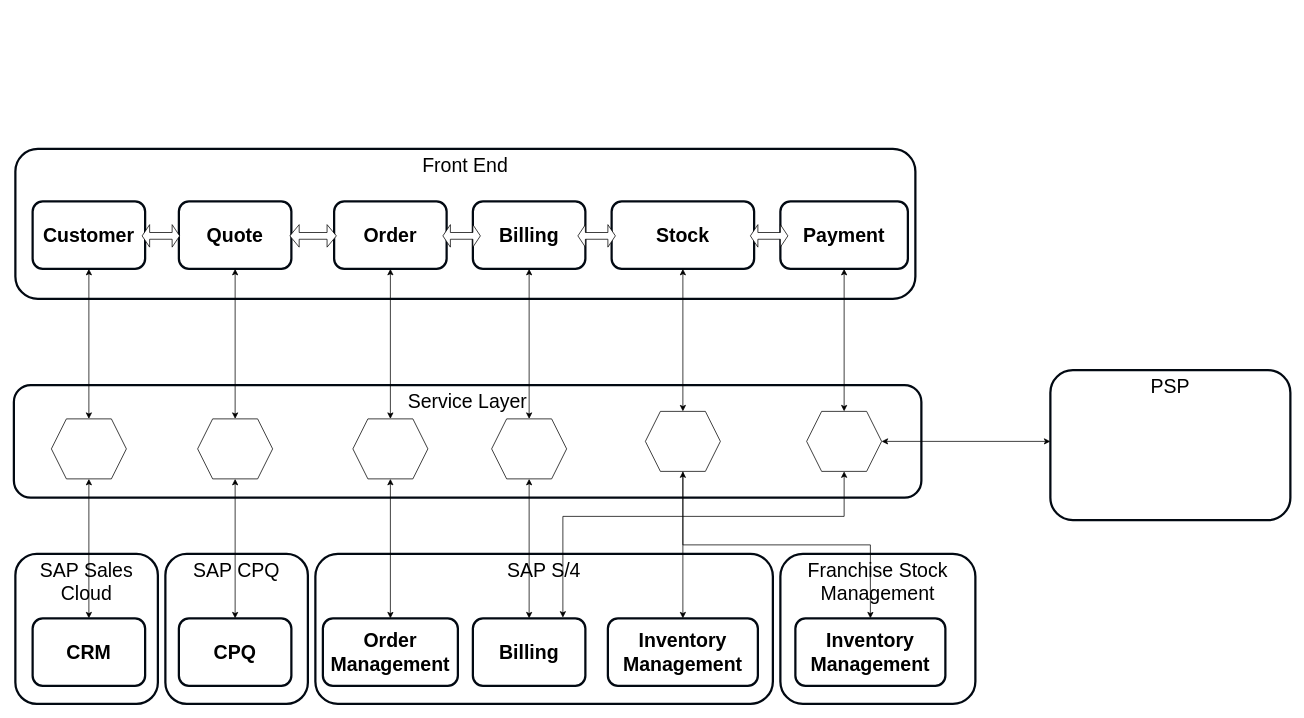
Above: page "Sales Cloud" (16 of 16) of Sales Frontend Strategy.drawio in mrf742002/Diagrams (draw.io), before the change. Source tidied: cells renumbered, new cells numbered last; positions are measured from the earlier drawing's top-left corner, leaving out a move shared by most shapes. Both pictures are drawn from the tidied source at 75%, with x=0, y=0 at pixel (14, 148).
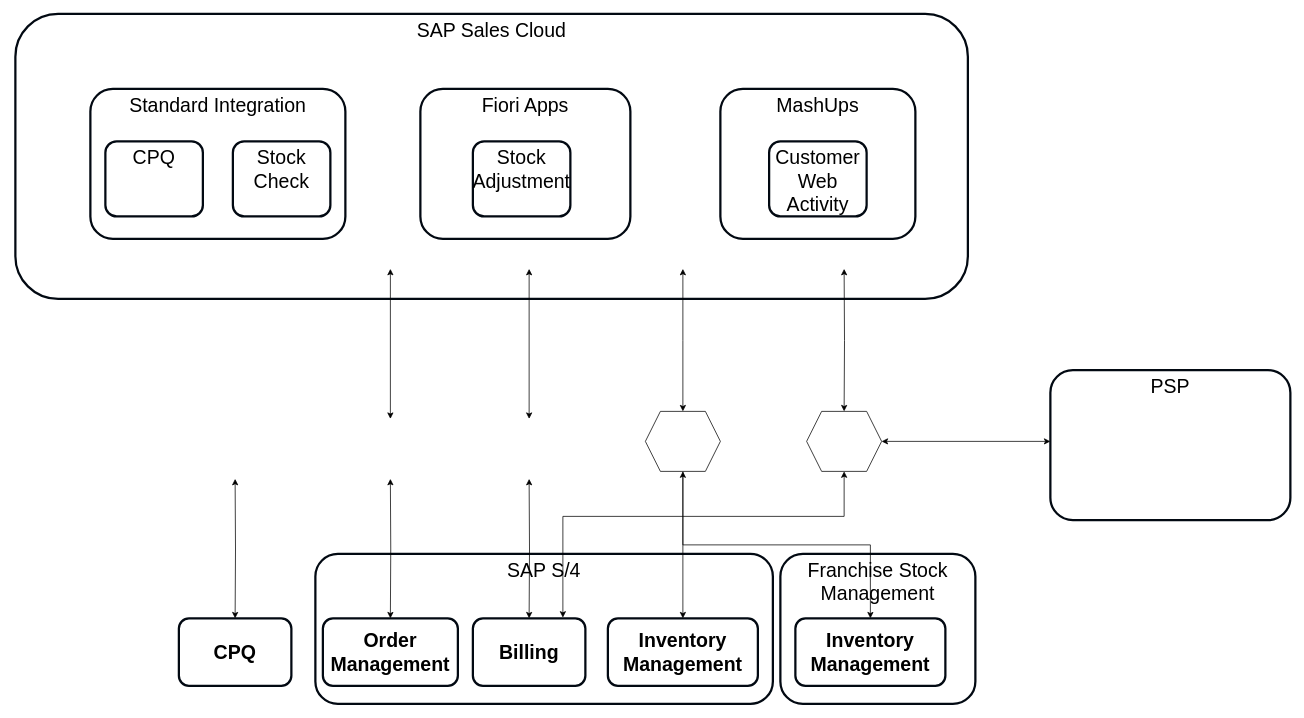
The same diagram, later.

The change refers to these unchanged cells:
```xml
<mxCell id="7" value="&lt;b style=&quot;font-size: 26px&quot;&gt;CPQ&lt;br style=&quot;font-size: 26px&quot;&gt;&lt;/b&gt;" style="rounded=1;whiteSpace=wrap;html=1;verticalAlign=middle;strokeWidth=3;strokeColor=#020912;fontSize=26;" parent="1" vertex="1">
  <mxGeometry x="220" y="626" width="150" height="90" as="geometry" />
</mxCell>
<mxCell id="8" value="&lt;b style=&quot;font-size: 26px&quot;&gt;Billing&lt;br style=&quot;font-size: 26px&quot;&gt;&lt;/b&gt;" style="rounded=1;whiteSpace=wrap;html=1;verticalAlign=middle;strokeWidth=3;strokeColor=#020912;fontSize=26;" parent="1" vertex="1">
  <mxGeometry x="612" y="626" width="150" height="90" as="geometry" />
</mxCell>
<mxCell id="12" value="&lt;b style=&quot;font-size: 26px&quot;&gt;Order Management&lt;br style=&quot;font-size: 26px&quot;&gt;&lt;/b&gt;" style="rounded=1;whiteSpace=wrap;html=1;verticalAlign=middle;strokeWidth=3;strokeColor=#020912;fontSize=26;" parent="1" vertex="1">
  <mxGeometry x="412" y="626" width="180" height="90" as="geometry" />
</mxCell>
<mxCell id="35" style="shape=hexagon;perimeter=hexagonPerimeter2;whiteSpace=wrap;html=1;fixedSize=1;" parent="1" vertex="1">
  <mxGeometry x="842" y="350" width="100" height="80" as="geometry" />
</mxCell>
<mxCell id="38" style="shape=hexagon;perimeter=hexagonPerimeter2;whiteSpace=wrap;html=1;fixedSize=1;" parent="1" vertex="1">
  <mxGeometry x="1057" y="350" width="100" height="80" as="geometry" />
</mxCell>
```

Change to the diagram source:
```diff
@@
+    <mxCell id="13" value="SAP Sales Cloud" style="rounded=1;whiteSpace=wrap;html=1;verticalAlign=top;strokeWidth=3;strokeColor=#020912;fontSize=26;" parent="1" vertex="1">
+      <mxGeometry x="2" y="-180" width="1270" height="380" as="geometry" />
+    </mxCell>
@@
-    <mxCell id="3" value="Service Layer" style="rounded=1;whiteSpace=wrap;html=1;verticalAlign=top;strokeWidth=3;strokeColor=#020912;fontSize=26;" parent="1" vertex="1">
-      <mxGeometry y="315" width="1210" height="150" as="geometry" />
-    </mxCell>
@@
-    <mxCell id="5" value="SAP CPQ" style="rounded=1;whiteSpace=wrap;html=1;verticalAlign=top;strokeWidth=3;strokeColor=#020912;fontSize=26;" parent="1" vertex="1">
-      <mxGeometry x="202" y="540" width="190" height="200" as="geometry" />
-    </mxCell>
-    <mxCell id="6" value="SAP Sales Cloud" style="rounded=1;whiteSpace=wrap;html=1;verticalAlign=top;strokeWidth=3;strokeColor=#020912;fontSize=26;" parent="1" vertex="1">
-      <mxGeometry x="2" y="540" width="190" height="200" as="geometry" />
-    </mxCell>
@@
-    <mxCell id="10" style="edgeStyle=orthogonalEdgeStyle;rounded=0;jettySize=auto;html=1;exitX=0.5;exitY=0;exitDx=0;exitDy=0;startArrow=classic;startFill=1;" parent="1" edge="1" source="11" target="22">
-      <mxGeometry relative="1" as="geometry" />
-    </mxCell>
-    <mxCell id="11" value="&lt;b style=&quot;font-size: 26px&quot;&gt;CRM&lt;br style=&quot;font-size: 26px&quot;&gt;&lt;/b&gt;" style="rounded=1;whiteSpace=wrap;html=1;verticalAlign=middle;strokeWidth=3;strokeColor=#020912;fontSize=26;" parent="1" vertex="1">
-      <mxGeometry x="25" y="626" width="150" height="90" as="geometry" />
-    </mxCell>
@@
-    <mxCell id="13" value="Front End" style="rounded=1;whiteSpace=wrap;html=1;verticalAlign=top;strokeWidth=3;strokeColor=#020912;fontSize=26;" parent="1" vertex="1">
-      <mxGeometry x="2" width="1200" height="200" as="geometry" />
-    </mxCell>
-    <mxCell id="14" value="&lt;b style=&quot;font-size: 26px&quot;&gt;Customer&lt;br style=&quot;font-size: 26px&quot;&gt;&lt;/b&gt;" style="rounded=1;whiteSpace=wrap;html=1;verticalAlign=middle;strokeWidth=3;strokeColor=#020912;fontSize=26;" parent="1" vertex="1">
-      <mxGeometry x="25" y="70" width="150" height="90" as="geometry" />
-    </mxCell>
-    <mxCell id="15" value="&lt;b style=&quot;font-size: 26px&quot;&gt;Quote&lt;br style=&quot;font-size: 26px&quot;&gt;&lt;/b&gt;" style="rounded=1;whiteSpace=wrap;html=1;verticalAlign=middle;strokeWidth=3;strokeColor=#020912;fontSize=26;" parent="1" vertex="1">
-      <mxGeometry x="220" y="70" width="150" height="90" as="geometry" />
-    </mxCell>
-    <mxCell id="16" value="&lt;b style=&quot;font-size: 26px&quot;&gt;Order&lt;br style=&quot;font-size: 26px&quot;&gt;&lt;/b&gt;" style="rounded=1;whiteSpace=wrap;html=1;verticalAlign=middle;strokeWidth=3;strokeColor=#020912;fontSize=26;" parent="1" vertex="1">
-      <mxGeometry x="427" y="70" width="150" height="90" as="geometry" />
-    </mxCell>
-    <mxCell id="17" value="&lt;b style=&quot;font-size: 26px&quot;&gt;Billing&lt;br style=&quot;font-size: 26px&quot;&gt;&lt;/b&gt;" style="rounded=1;whiteSpace=wrap;html=1;verticalAlign=middle;strokeWidth=3;strokeColor=#020912;fontSize=26;" parent="1" vertex="1">
-      <mxGeometry x="612" y="70" width="150" height="90" as="geometry" />
-    </mxCell>
-    <mxCell id="18" value="&lt;b style=&quot;font-size: 26px&quot;&gt;Stock&lt;br style=&quot;font-size: 26px&quot;&gt;&lt;/b&gt;" style="rounded=1;whiteSpace=wrap;html=1;verticalAlign=middle;strokeWidth=3;strokeColor=#020912;fontSize=26;" parent="1" vertex="1">
-      <mxGeometry x="797" y="70" width="190" height="90" as="geometry" />
-    </mxCell>
-    <mxCell id="19" style="edgeStyle=orthogonalEdgeStyle;rounded=0;jettySize=auto;html=1;exitX=0.5;exitY=1;exitDx=0;exitDy=0;entryX=0.5;entryY=0;entryDx=0;entryDy=0;startArrow=classic;startFill=1;" parent="1" edge="1" source="20" target="38">
-      <mxGeometry relative="1" as="geometry" />
+    <mxCell id="19" style="edgeStyle=orthogonalEdgeStyle;rounded=0;jettySize=auto;html=1;exitX=0.5;exitY=1;exitDx=0;exitDy=0;entryX=0.5;entryY=0;entryDx=0;entryDy=0;startArrow=classic;startFill=1;" parent="1" edge="1" target="38">
+      <mxGeometry relative="1" as="geometry">
+        <mxPoint x="1107" y="160" as="sourcePoint" />
+      </mxGeometry>
     </mxCell>
-    <mxCell id="20" value="&lt;b style=&quot;font-size: 26px&quot;&gt;Payment&lt;br style=&quot;font-size: 26px&quot;&gt;&lt;/b&gt;" style="rounded=1;whiteSpace=wrap;html=1;verticalAlign=middle;strokeWidth=3;strokeColor=#020912;fontSize=26;" parent="1" vertex="1">
-      <mxGeometry x="1022" y="70" width="170" height="90" as="geometry" />
-    </mxCell>
-    <mxCell id="21" style="edgeStyle=orthogonalEdgeStyle;rounded=0;jettySize=auto;html=1;exitX=0.5;exitY=0;exitDx=0;exitDy=0;startArrow=classic;startFill=1;" parent="1" edge="1" source="22" target="14">
-      <mxGeometry relative="1" as="geometry" />
-    </mxCell>
-    <mxCell id="22" style="shape=hexagon;perimeter=hexagonPerimeter2;whiteSpace=wrap;html=1;fixedSize=1;" parent="1" vertex="1">
-      <mxGeometry x="50" y="360" width="100" height="80" as="geometry" />
-    </mxCell>
-    <mxCell id="23" style="edgeStyle=orthogonalEdgeStyle;rounded=0;jettySize=auto;html=1;exitX=0.5;exitY=0;exitDx=0;exitDy=0;startArrow=classic;startFill=1;" parent="1" edge="1" source="25" target="15">
-      <mxGeometry relative="1" as="geometry" />
-    </mxCell>
-    <mxCell id="24" style="edgeStyle=orthogonalEdgeStyle;rounded=0;jettySize=auto;html=1;exitX=0.5;exitY=1;exitDx=0;exitDy=0;startArrow=classic;startFill=1;" parent="1" edge="1" source="25" target="7">
-      <mxGeometry relative="1" as="geometry" />
+    <mxCell id="24" style="edgeStyle=orthogonalEdgeStyle;rounded=0;jettySize=auto;html=1;exitX=0.5;exitY=1;exitDx=0;exitDy=0;startArrow=classic;startFill=1;" parent="1" edge="1" target="7">
+      <mxGeometry relative="1" as="geometry">
+        <mxPoint x="295" y="440" as="sourcePoint" />
+      </mxGeometry>
     </mxCell>
-    <mxCell id="25" style="shape=hexagon;perimeter=hexagonPerimeter2;whiteSpace=wrap;html=1;fixedSize=1;" parent="1" vertex="1">
-      <mxGeometry x="245" y="360" width="100" height="80" as="geometry" />
-    </mxCell>
-    <mxCell id="26" style="edgeStyle=orthogonalEdgeStyle;rounded=0;jettySize=auto;html=1;exitX=0.5;exitY=0;exitDx=0;exitDy=0;entryX=0.5;entryY=1;entryDx=0;entryDy=0;startArrow=classic;startFill=1;" parent="1" edge="1" source="28" target="16">
-      <mxGeometry relative="1" as="geometry" />
+    <mxCell id="26" style="edgeStyle=orthogonalEdgeStyle;rounded=0;orthogonalLoop=1;jettySize=auto;html=1;exitX=0.5;exitY=0;exitDx=0;exitDy=0;entryX=0.5;entryY=1;entryDx=0;entryDy=0;startArrow=classic;startFill=1;" parent="1" edge="1">
+      <mxGeometry relative="1" as="geometry">
+        <mxPoint x="502" y="360" as="sourcePoint" />
+        <mxPoint x="502" y="160" as="targetPoint" />
+      </mxGeometry>
     </mxCell>
-    <mxCell id="27" style="edgeStyle=orthogonalEdgeStyle;rounded=0;jettySize=auto;html=1;exitX=0.5;exitY=1;exitDx=0;exitDy=0;startArrow=classic;startFill=1;" parent="1" edge="1" source="28" target="12">
-      <mxGeometry relative="1" as="geometry" />
+    <mxCell id="27" style="edgeStyle=orthogonalEdgeStyle;rounded=0;jettySize=auto;html=1;exitX=0.5;exitY=1;exitDx=0;exitDy=0;startArrow=classic;startFill=1;" parent="1" edge="1" target="12">
+      <mxGeometry relative="1" as="geometry">
+        <mxPoint x="502" y="440" as="sourcePoint" />
+      </mxGeometry>
     </mxCell>
-    <mxCell id="28" style="shape=hexagon;perimeter=hexagonPerimeter2;whiteSpace=wrap;html=1;fixedSize=1;" parent="1" vertex="1">
-      <mxGeometry x="452" y="360" width="100" height="80" as="geometry" />
-    </mxCell>
-    <mxCell id="29" style="edgeStyle=orthogonalEdgeStyle;rounded=0;jettySize=auto;html=1;exitX=0.5;exitY=0;exitDx=0;exitDy=0;startArrow=classic;startFill=1;" parent="1" edge="1" source="31" target="17">
-      <mxGeometry relative="1" as="geometry" />
+    <mxCell id="29" style="edgeStyle=orthogonalEdgeStyle;rounded=0;orthogonalLoop=1;jettySize=auto;html=1;exitX=0.5;exitY=0;exitDx=0;exitDy=0;startArrow=classic;startFill=1;" parent="1" edge="1">
+      <mxGeometry relative="1" as="geometry">
+        <mxPoint x="687" y="360" as="sourcePoint" />
+        <mxPoint x="687" y="160" as="targetPoint" />
+      </mxGeometry>
     </mxCell>
-    <mxCell id="30" style="edgeStyle=orthogonalEdgeStyle;rounded=0;jettySize=auto;html=1;exitX=0.5;exitY=1;exitDx=0;exitDy=0;startArrow=classic;startFill=1;" parent="1" edge="1" source="31" target="8">
-      <mxGeometry relative="1" as="geometry" />
+    <mxCell id="30" style="edgeStyle=orthogonalEdgeStyle;rounded=0;jettySize=auto;html=1;exitX=0.5;exitY=1;exitDx=0;exitDy=0;startArrow=classic;startFill=1;" parent="1" edge="1" target="8">
+      <mxGeometry relative="1" as="geometry">
+        <mxPoint x="687" y="440" as="sourcePoint" />
+      </mxGeometry>
     </mxCell>
-    <mxCell id="31" style="shape=hexagon;perimeter=hexagonPerimeter2;whiteSpace=wrap;html=1;fixedSize=1;" parent="1" vertex="1">
-      <mxGeometry x="637" y="360" width="100" height="80" as="geometry" />
-    </mxCell>
-    <mxCell id="32" style="edgeStyle=orthogonalEdgeStyle;rounded=0;jettySize=auto;html=1;exitX=0.5;exitY=0;exitDx=0;exitDy=0;startArrow=classic;startFill=1;" parent="1" edge="1" source="35" target="18">
-      <mxGeometry relative="1" as="geometry" />
+    <mxCell id="32" style="edgeStyle=orthogonalEdgeStyle;rounded=0;jettySize=auto;html=1;exitX=0.5;exitY=0;exitDx=0;exitDy=0;startArrow=classic;startFill=1;" parent="1" edge="1" source="35">
+      <mxGeometry relative="1" as="geometry">
+        <mxPoint x="892" y="160" as="targetPoint" />
+      </mxGeometry>
     </mxCell>
@@
-    <mxCell id="41" style="shape=doubleArrow;whiteSpace=wrap;html=1;fontSize=26;" parent="1" vertex="1">
-      <mxGeometry x="171" y="101" width="50" height="30" as="geometry" />
-    </mxCell>
-    <mxCell id="42" style="shape=doubleArrow;whiteSpace=wrap;html=1;fontSize=26;" parent="1" vertex="1">
-      <mxGeometry x="368" y="101" width="62" height="30" as="geometry" />
-    </mxCell>
-    <mxCell id="43" style="shape=doubleArrow;whiteSpace=wrap;html=1;fontSize=26;" parent="1" vertex="1">
-      <mxGeometry x="572" y="101" width="50" height="30" as="geometry" />
-    </mxCell>
-    <mxCell id="44" style="shape=doubleArrow;whiteSpace=wrap;html=1;fontSize=26;" parent="1" vertex="1">
-      <mxGeometry x="752" y="101" width="50" height="30" as="geometry" />
-    </mxCell>
-    <mxCell id="45" style="shape=doubleArrow;whiteSpace=wrap;html=1;fontSize=26;" parent="1" vertex="1">
-      <mxGeometry x="982" y="101" width="50" height="30" as="geometry" />
-    </mxCell>
+    <mxCell id="46" value="Fiori Apps" style="rounded=1;whiteSpace=wrap;html=1;verticalAlign=top;strokeWidth=3;strokeColor=#020912;fontSize=26;" parent="1" vertex="1">
+      <mxGeometry x="542" y="-80" width="280" height="200" as="geometry" />
+    </mxCell>
+    <mxCell id="47" value="Standard Integration" style="rounded=1;whiteSpace=wrap;html=1;verticalAlign=top;strokeWidth=3;strokeColor=#020912;fontSize=26;" parent="1" vertex="1">
+      <mxGeometry x="102" y="-80" width="340" height="200" as="geometry" />
+    </mxCell>
+    <mxCell id="48" value="MashUps" style="rounded=1;whiteSpace=wrap;html=1;verticalAlign=top;strokeWidth=3;strokeColor=#020912;fontSize=26;" parent="1" vertex="1">
+      <mxGeometry x="942" y="-80" width="260" height="200" as="geometry" />
+    </mxCell>
+    <mxCell id="49" value="CPQ" style="rounded=1;whiteSpace=wrap;html=1;verticalAlign=top;strokeWidth=3;strokeColor=#020912;fontSize=26;" parent="1" vertex="1">
+      <mxGeometry x="122" y="-10" width="130" height="100" as="geometry" />
+    </mxCell>
+    <mxCell id="50" value="Stock Check" style="rounded=1;whiteSpace=wrap;html=1;verticalAlign=top;strokeWidth=3;strokeColor=#020912;fontSize=26;" parent="1" vertex="1">
+      <mxGeometry x="292" y="-10" width="130" height="100" as="geometry" />
+    </mxCell>
+    <mxCell id="51" value="Stock Adjustment" style="rounded=1;whiteSpace=wrap;html=1;verticalAlign=top;strokeWidth=3;strokeColor=#020912;fontSize=26;" parent="1" vertex="1">
+      <mxGeometry x="612" y="-10" width="130" height="100" as="geometry" />
+    </mxCell>
+    <mxCell id="52" value="Customer Web Activity" style="rounded=1;whiteSpace=wrap;html=1;verticalAlign=top;strokeWidth=3;strokeColor=#020912;fontSize=26;" parent="1" vertex="1">
+      <mxGeometry x="1007" y="-10" width="130" height="100" as="geometry" />
+    </mxCell>
```
